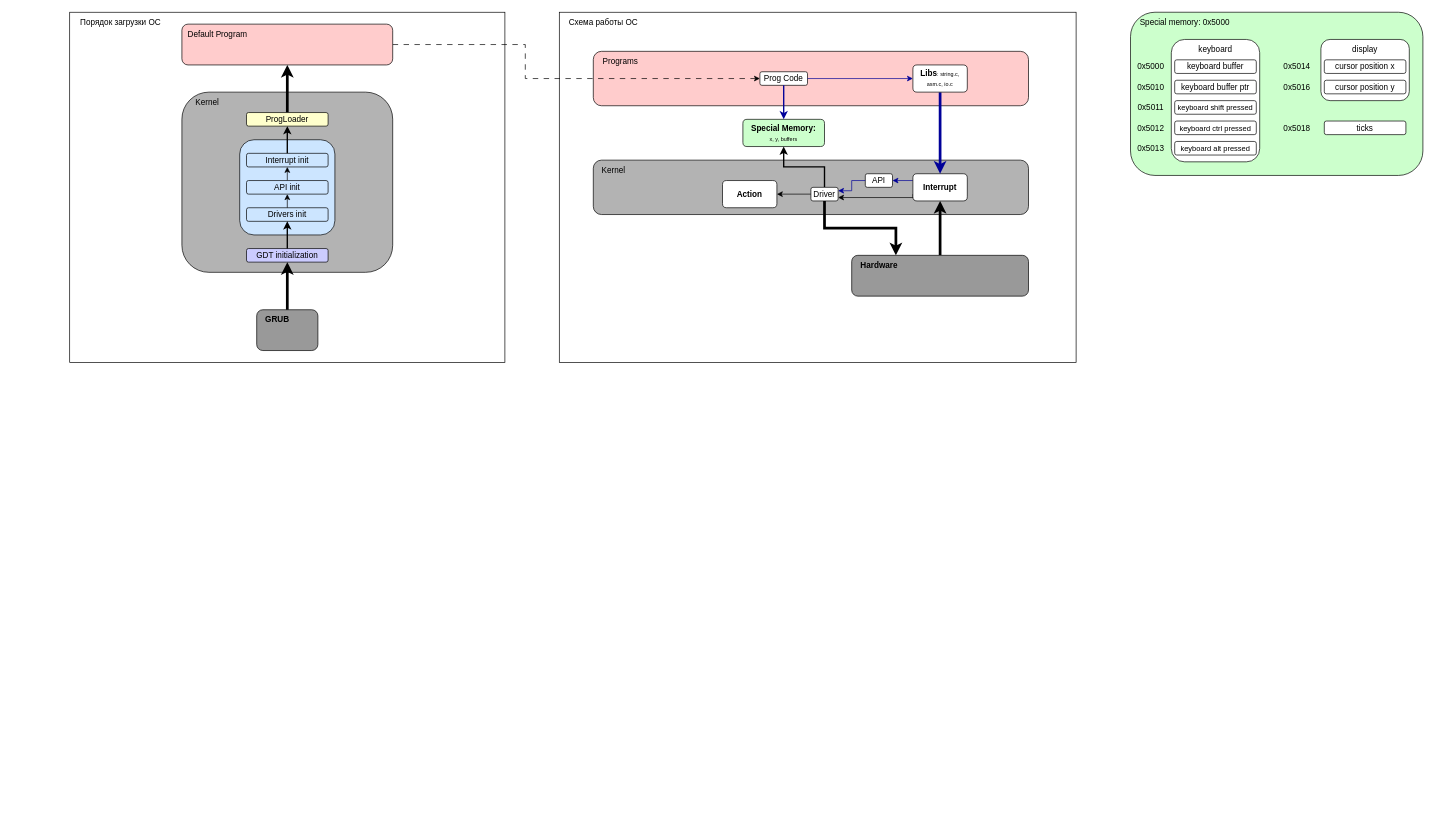
Before: docs/os_schema.drawio in igmunv/Operation-System, a draw.io diagram. Source tidied: cells renumbered, new cells numbered last; positions are measured from the earlier drawing's top-left corner, leaving out a move shared by most shapes. Both pictures are drawn from the tidied source at 68%, with x=0, y=0 at pixel (69, 12).
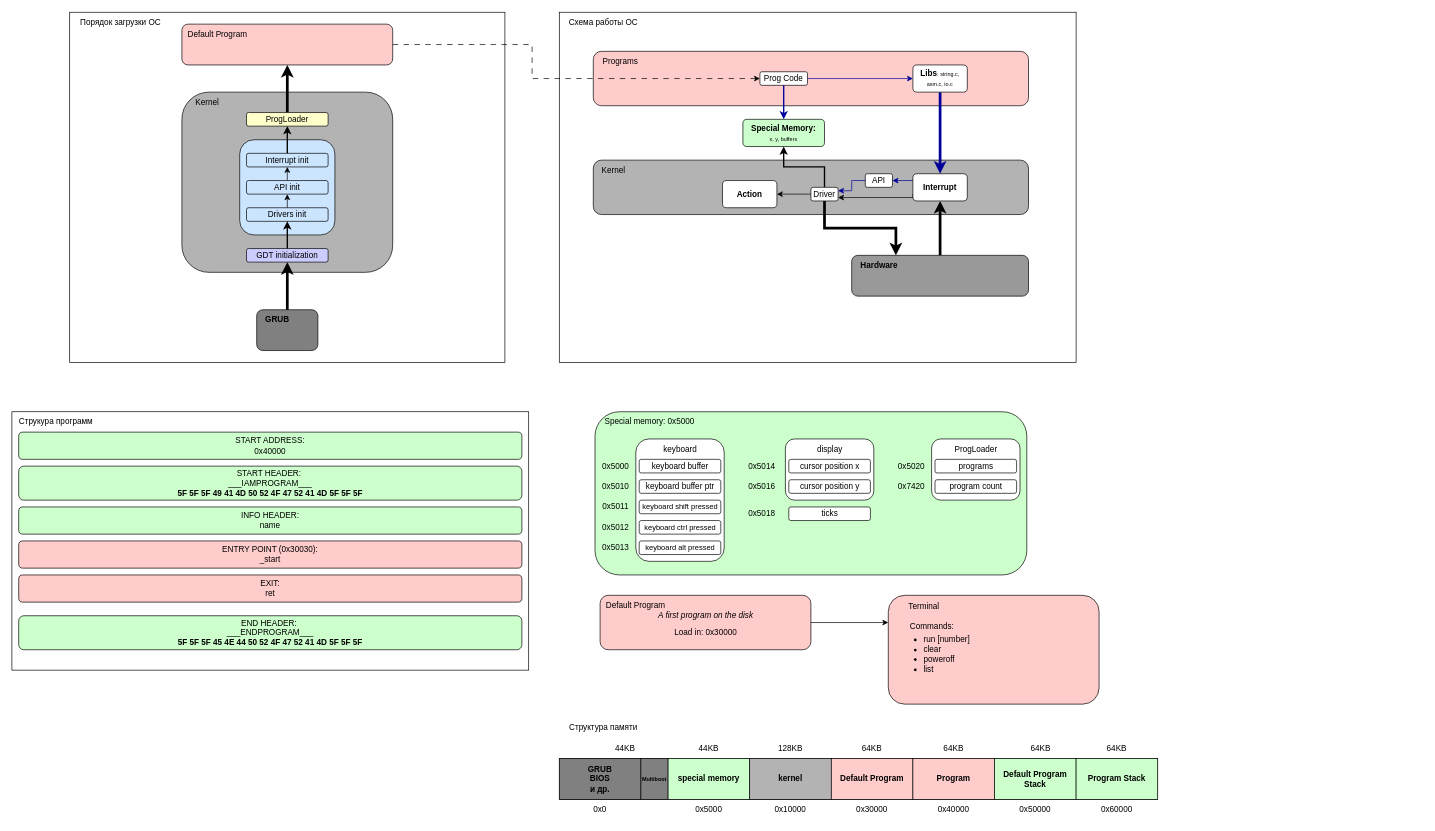
After the change.

The change refers to these unchanged cells:
```xml
<mxCell id="7" value="Prog Code" style="rounded=1;whiteSpace=wrap;html=1;align=center;fontStyle=0;" parent="4" vertex="1">
  <mxGeometry x="245" y="30" width="70" height="20" as="geometry" />
</mxCell>
<mxCell id="55" style="group;" parent="1" vertex="1">
  <mxGeometry x="275" y="438" width="90" height="60" as="geometry" />
</mxCell>
<mxCell id="75" style="rounded=1;whiteSpace=wrap;html=1;fillColor=#FFCCCC;" parent="1" vertex="1">
  <mxGeometry x="165" y="18" width="310" height="60" as="geometry" />
</mxCell>
```

The edit, as a diff of the source:
```diff
@@
+    <mxCell id="77" style="rounded=0;whiteSpace=wrap;html=1;" parent="1" vertex="1">
+      <mxGeometry x="-85" y="588" width="760" height="380" as="geometry" />
+    </mxCell>
+    <mxCell id="78" value="Струкура программ" style="text;html=1;align=center;verticalAlign=middle;whiteSpace=wrap;rounded=0;" parent="1" vertex="1">
+      <mxGeometry x="-85" y="588" width="130" height="30" as="geometry" />
+    </mxCell>
@@
     <mxCell id="29" style="rounded=1;whiteSpace=wrap;html=1;fontStyle=1;align=center;fillColor=#CCFFCC;" parent="1" vertex="1">
-      <mxGeometry x="1560" y="0.5" width="430" height="240" as="geometry" />
+      <mxGeometry x="772.5" y="588" width="635" height="240" as="geometry" />
     </mxCell>
     <mxCell id="30" value="Special memory: 0x5000" style="text;html=1;align=center;verticalAlign=middle;whiteSpace=wrap;rounded=0;" parent="1" vertex="1">
-      <mxGeometry x="1570" y="0.5" width="140" height="30" as="geometry" />
+      <mxGeometry x="782.5" y="588" width="140" height="30" as="geometry" />
     </mxCell>
     <mxCell id="31" style="group;" parent="1" vertex="1">
-      <mxGeometry x="1620" y="40.5" width="130" height="180" as="geometry" />
+      <mxGeometry x="832.5" y="628" width="130" height="180" as="geometry" />
     </mxCell>
@@
     <mxCell id="39" style="group;" parent="1" vertex="1">
-      <mxGeometry x="1840" y="40.5" width="130" height="90" as="geometry" />
+      <mxGeometry x="1052.5" y="628" width="130" height="120" as="geometry" />
     </mxCell>
@@
     <mxCell id="44" value="0x5000" style="text;html=1;align=center;verticalAlign=middle;whiteSpace=wrap;rounded=0;" parent="1" vertex="1">
-      <mxGeometry x="1560" y="70.5" width="60" height="20" as="geometry" />
+      <mxGeometry x="772.5" y="658" width="60" height="20" as="geometry" />
     </mxCell>
     <mxCell id="45" value="0x5010" style="text;html=1;align=center;verticalAlign=middle;whiteSpace=wrap;rounded=0;" parent="1" vertex="1">
-      <mxGeometry x="1560" y="100.5" width="60" height="20" as="geometry" />
+      <mxGeometry x="772.5" y="688" width="60" height="20" as="geometry" />
     </mxCell>
     <mxCell id="46" value="0x5011" style="text;html=1;align=center;verticalAlign=middle;whiteSpace=wrap;rounded=0;" parent="1" vertex="1">
-      <mxGeometry x="1560" y="130.5" width="60" height="20" as="geometry" />
+      <mxGeometry x="772.5" y="718" width="60" height="20" as="geometry" />
     </mxCell>
     <mxCell id="47" value="0x5012" style="text;html=1;align=center;verticalAlign=middle;whiteSpace=wrap;rounded=0;" parent="1" vertex="1">
-      <mxGeometry x="1560" y="160.5" width="60" height="20" as="geometry" />
+      <mxGeometry x="772.5" y="748" width="60" height="20" as="geometry" />
     </mxCell>
     <mxCell id="48" value="0x5013" style="text;html=1;align=center;verticalAlign=middle;whiteSpace=wrap;rounded=0;" parent="1" vertex="1">
-      <mxGeometry x="1560" y="190.5" width="60" height="20" as="geometry" />
+      <mxGeometry x="772.5" y="778" width="60" height="20" as="geometry" />
     </mxCell>
     <mxCell id="49" value="0x5014" style="text;html=1;align=center;verticalAlign=middle;whiteSpace=wrap;rounded=0;" parent="1" vertex="1">
-      <mxGeometry x="1775" y="70.5" width="60" height="20" as="geometry" />
+      <mxGeometry x="987.5" y="658" width="60" height="20" as="geometry" />
     </mxCell>
     <mxCell id="50" value="0x5016" style="text;html=1;align=center;verticalAlign=middle;whiteSpace=wrap;rounded=0;" parent="1" vertex="1">
-      <mxGeometry x="1775" y="100.5" width="60" height="20" as="geometry" />
+      <mxGeometry x="987.5" y="688" width="60" height="20" as="geometry" />
     </mxCell>
     <mxCell id="51" value="ticks" style="rounded=1;whiteSpace=wrap;html=1;" parent="1" vertex="1">
-      <mxGeometry x="1845" y="160.5" width="120" height="20" as="geometry" />
+      <mxGeometry x="1057.5" y="728" width="120" height="20" as="geometry" />
     </mxCell>
     <mxCell id="52" value="0x5018" style="text;html=1;align=center;verticalAlign=middle;whiteSpace=wrap;rounded=0;" parent="1" vertex="1">
-      <mxGeometry x="1775" y="160.5" width="60" height="20" as="geometry" />
+      <mxGeometry x="987.5" y="728" width="60" height="20" as="geometry" />
     </mxCell>
@@
-    <mxCell id="56" style="rounded=1;whiteSpace=wrap;html=1;fillColor=#999999;" parent="55" vertex="1">
+    <mxCell id="56" style="rounded=1;whiteSpace=wrap;html=1;fillColor=#808080;" parent="55" vertex="1">
       <mxGeometry width="90" height="60" as="geometry" />
     </mxCell>
@@
     <mxCell id="74" style="edgeStyle=orthogonalEdgeStyle;rounded=0;jettySize=auto;html=1;exitX=1;exitY=0.5;exitDx=0;exitDy=0;entryX=0;entryY=0.5;entryDx=0;entryDy=0;dashed=1;dashPattern=8 8;" parent="1" edge="1" source="75" target="7">
       <mxGeometry relative="1" as="geometry">
         <Array as="points">
-          <mxPoint x="670" y="48" />
-          <mxPoint x="670" y="98" />
+          <mxPoint x="680" y="48" />
+          <mxPoint x="680" y="98" />
         </Array>
       </mxGeometry>
     </mxCell>
@@
+    <mxCell id="79" value="START HEADER:&amp;nbsp;&lt;br&gt;___IAMPROGRAM___&lt;br&gt;&lt;b&gt;5F 5F 5F 49 41 4D 50 52 4F 47 52 41 4D 5F 5F 5F&lt;/b&gt;" style="rounded=1;whiteSpace=wrap;html=1;fillColor=#CCFFCC;" parent="1" vertex="1">
+      <mxGeometry x="-75" y="668" width="740" height="50" as="geometry" />
+    </mxCell>
+    <mxCell id="80" value="END HEADER:&amp;nbsp;&lt;br&gt;___ENDPROGRAM___&lt;br&gt;&lt;b&gt;5F 5F 5F 45 4E 44 50 52 4F 47 52 41 4D 5F 5F 5F&lt;/b&gt;" style="rounded=1;whiteSpace=wrap;html=1;fillColor=#CCFFCC;" parent="1" vertex="1">
+      <mxGeometry x="-75" y="888" width="740" height="50" as="geometry" />
+    </mxCell>
+    <mxCell id="81" value="ENTRY POINT (0x30030):&lt;br&gt;_start" style="rounded=1;whiteSpace=wrap;html=1;fillColor=#FFCCCC;" parent="1" vertex="1">
+      <mxGeometry x="-75" y="778" width="740" height="40" as="geometry" />
+    </mxCell>
+    <mxCell id="82" value="EXIT:&lt;br&gt;ret" style="rounded=1;whiteSpace=wrap;html=1;fillColor=#FFCCCC;" parent="1" vertex="1">
+      <mxGeometry x="-75" y="828" width="740" height="40" as="geometry" />
+    </mxCell>
+    <mxCell id="83" value="START ADDRESS:&lt;br&gt;0x40000" style="rounded=1;whiteSpace=wrap;html=1;fillColor=#CCFFCC;" parent="1" vertex="1">
+      <mxGeometry x="-75" y="618" width="740" height="40" as="geometry" />
+    </mxCell>
+    <mxCell id="84" value="INFO HEADER:&lt;div&gt;name&lt;/div&gt;" style="rounded=1;whiteSpace=wrap;html=1;fillColor=#CCFFCC;" parent="1" vertex="1">
+      <mxGeometry x="-75" y="728" width="740" height="40" as="geometry" />
+    </mxCell>
+    <mxCell id="85" style="group;" parent="1" vertex="1">
+      <mxGeometry x="1267.5" y="628" width="130" height="120" as="geometry" />
+    </mxCell>
+    <mxCell id="86" style="rounded=1;whiteSpace=wrap;html=1;" parent="85" vertex="1">
+      <mxGeometry width="130" height="90" as="geometry" />
+    </mxCell>
+    <mxCell id="87" value="programs" style="rounded=1;whiteSpace=wrap;html=1;" parent="85" vertex="1">
+      <mxGeometry x="5" y="30" width="120" height="20" as="geometry" />
+    </mxCell>
+    <mxCell id="88" value="program count" style="rounded=1;whiteSpace=wrap;html=1;" parent="85" vertex="1">
+      <mxGeometry x="5" y="60" width="120" height="20" as="geometry" />
+    </mxCell>
+    <mxCell id="89" value="ProgLoader" style="text;html=1;align=center;verticalAlign=middle;whiteSpace=wrap;rounded=0;" parent="85" vertex="1">
+      <mxGeometry x="5" width="120" height="30" as="geometry" />
+    </mxCell>
+    <mxCell id="90" value="0x5020" style="text;html=1;align=center;verticalAlign=middle;whiteSpace=wrap;rounded=0;" parent="1" vertex="1">
+      <mxGeometry x="1207.5" y="658" width="60" height="20" as="geometry" />
+    </mxCell>
+    <mxCell id="91" style="group;" parent="1" vertex="1">
+      <mxGeometry x="780" y="858" width="310" height="100" as="geometry" />
+    </mxCell>
+    <mxCell id="92" style="rounded=1;whiteSpace=wrap;html=1;fillColor=#FFCCCC;" parent="91" vertex="1">
+      <mxGeometry width="310" height="80" as="geometry" />
+    </mxCell>
+    <mxCell id="93" value="Default Program" style="text;html=1;align=center;verticalAlign=middle;whiteSpace=wrap;rounded=0;" parent="91" vertex="1">
+      <mxGeometry width="105" height="30" as="geometry" />
+    </mxCell>
+    <mxCell id="94" value="A first program on the disk" style="text;html=1;align=center;verticalAlign=middle;whiteSpace=wrap;rounded=0;fontStyle=2;" parent="91" vertex="1">
+      <mxGeometry x="83.8" y="15" width="142.5" height="30" as="geometry" />
+    </mxCell>
+    <mxCell id="95" value="&lt;span style=&quot;font-style: normal;&quot;&gt;Load in: 0x30000&lt;/span&gt;" style="text;html=1;align=center;verticalAlign=middle;whiteSpace=wrap;rounded=0;fontStyle=2;" parent="91" vertex="1">
+      <mxGeometry x="83.8" y="40" width="142.5" height="30" as="geometry" />
+    </mxCell>
+    <mxCell id="96" value="0x7420" style="text;html=1;align=center;verticalAlign=middle;whiteSpace=wrap;rounded=0;" parent="1" vertex="1">
+      <mxGeometry x="1207.5" y="688" width="60" height="20" as="geometry" />
+    </mxCell>
+    <mxCell id="97" style="rounded=0;whiteSpace=wrap;html=1;" parent="1" vertex="1">
+      <mxGeometry x="720" y="1098" width="880" height="60" as="geometry" />
+    </mxCell>
+    <mxCell id="98" value="Структура памяти" style="text;html=1;align=center;verticalAlign=middle;whiteSpace=wrap;rounded=0;" parent="1" vertex="1">
+      <mxGeometry x="720" y="1038" width="130" height="30" as="geometry" />
+    </mxCell>
+    <mxCell id="99" value="GRUB&lt;br&gt;BIOS&lt;br&gt;и др." style="rounded=0;whiteSpace=wrap;html=1;fillColor=#808080;fontStyle=1;" parent="1" vertex="1">
+      <mxGeometry x="720" y="1098" width="120" height="60" as="geometry" />
+    </mxCell>
+    <mxCell id="100" style="rounded=0;whiteSpace=wrap;html=1;fillColor=#808080;fontStyle=1;" parent="1" vertex="1">
+      <mxGeometry x="840" y="1098" width="40" height="60" as="geometry" />
+    </mxCell>
+    <mxCell id="101" value="0x0" style="text;html=1;align=center;verticalAlign=middle;whiteSpace=wrap;rounded=0;" parent="1" vertex="1">
+      <mxGeometry x="720" y="1158" width="120" height="30" as="geometry" />
+    </mxCell>
+    <mxCell id="102" value="Multiboot" style="text;html=1;align=center;verticalAlign=middle;whiteSpace=wrap;rounded=0;fontStyle=1;rotation=0;fontSize=8;" parent="1" vertex="1">
+      <mxGeometry x="830" y="1115.5" width="60" height="25" as="geometry" />
+    </mxCell>
+    <mxCell id="103" value="0x5000" style="text;html=1;align=center;verticalAlign=middle;whiteSpace=wrap;rounded=0;" parent="1" vertex="1">
+      <mxGeometry x="880" y="1158" width="120" height="30" as="geometry" />
+    </mxCell>
+    <mxCell id="104" value="special memory" style="rounded=0;whiteSpace=wrap;html=1;fillColor=#CCFFCC;fontStyle=1;" parent="1" vertex="1">
+      <mxGeometry x="880" y="1098" width="120" height="60" as="geometry" />
+    </mxCell>
+    <mxCell id="105" value="kernel" style="rounded=0;whiteSpace=wrap;html=1;fillColor=#B3B3B3;fontStyle=1;" parent="1" vertex="1">
+      <mxGeometry x="1000" y="1098" width="120" height="60" as="geometry" />
+    </mxCell>
+    <mxCell id="106" value="0x10000" style="text;html=1;align=center;verticalAlign=middle;whiteSpace=wrap;rounded=0;" parent="1" vertex="1">
+      <mxGeometry x="1000" y="1158" width="120" height="30" as="geometry" />
+    </mxCell>
+    <mxCell id="107" value="Default Program" style="rounded=0;whiteSpace=wrap;html=1;fillColor=#FFCCCC;fontStyle=1;" parent="1" vertex="1">
+      <mxGeometry x="1120" y="1098" width="120" height="60" as="geometry" />
+    </mxCell>
+    <mxCell id="108" value="0x30000" style="text;html=1;align=center;verticalAlign=middle;whiteSpace=wrap;rounded=0;" parent="1" vertex="1">
+      <mxGeometry x="1120" y="1158" width="120" height="30" as="geometry" />
+    </mxCell>
+    <mxCell id="109" value="Program" style="rounded=0;whiteSpace=wrap;html=1;fillColor=#FFCCCC;fontStyle=1;" parent="1" vertex="1">
+      <mxGeometry x="1240" y="1098" width="120" height="60" as="geometry" />
+    </mxCell>
+    <mxCell id="110" value="0x40000" style="text;html=1;align=center;verticalAlign=middle;whiteSpace=wrap;rounded=0;" parent="1" vertex="1">
+      <mxGeometry x="1240" y="1158" width="120" height="30" as="geometry" />
+    </mxCell>
+    <mxCell id="111" value="64KB" style="text;html=1;align=center;verticalAlign=middle;whiteSpace=wrap;rounded=0;" parent="1" vertex="1">
+      <mxGeometry x="1156.2" y="1068" width="47.5" height="30" as="geometry" />
+    </mxCell>
+    <mxCell id="112" value="64KB" style="text;html=1;align=center;verticalAlign=middle;whiteSpace=wrap;rounded=0;" parent="1" vertex="1">
+      <mxGeometry x="1276.2" y="1068" width="47.5" height="30" as="geometry" />
+    </mxCell>
+    <mxCell id="113" value="128KB" style="text;html=1;align=center;verticalAlign=middle;whiteSpace=wrap;rounded=0;" parent="1" vertex="1">
+      <mxGeometry x="1036.2" y="1068" width="47.5" height="30" as="geometry" />
+    </mxCell>
+    <mxCell id="114" value="44KB" style="text;html=1;align=center;verticalAlign=middle;whiteSpace=wrap;rounded=0;" parent="1" vertex="1">
+      <mxGeometry x="916.2" y="1068" width="47.5" height="30" as="geometry" />
+    </mxCell>
+    <mxCell id="115" value="44KB" style="text;html=1;align=center;verticalAlign=middle;whiteSpace=wrap;rounded=0;" parent="1" vertex="1">
+      <mxGeometry x="792.5" y="1068" width="47.5" height="30" as="geometry" />
+    </mxCell>
+    <mxCell id="116" value="Default Program Stack" style="rounded=0;whiteSpace=wrap;html=1;fillColor=#CCFFCC;fontStyle=1;" parent="1" vertex="1">
+      <mxGeometry x="1360" y="1098" width="120" height="60" as="geometry" />
+    </mxCell>
+    <mxCell id="117" value="Program Stack" style="rounded=0;whiteSpace=wrap;html=1;fillColor=#CCFFCC;fontStyle=1;" parent="1" vertex="1">
+      <mxGeometry x="1480" y="1098" width="120" height="60" as="geometry" />
+    </mxCell>
+    <mxCell id="118" value="0x50000" style="text;html=1;align=center;verticalAlign=middle;whiteSpace=wrap;rounded=0;" parent="1" vertex="1">
+      <mxGeometry x="1360" y="1158" width="120" height="30" as="geometry" />
+    </mxCell>
+    <mxCell id="119" value="0x60000" style="text;html=1;align=center;verticalAlign=middle;whiteSpace=wrap;rounded=0;" parent="1" vertex="1">
+      <mxGeometry x="1480" y="1158" width="120" height="30" as="geometry" />
+    </mxCell>
+    <mxCell id="120" value="64KB" style="text;html=1;align=center;verticalAlign=middle;whiteSpace=wrap;rounded=0;" parent="1" vertex="1">
+      <mxGeometry x="1403.8" y="1068" width="47.5" height="30" as="geometry" />
+    </mxCell>
+    <mxCell id="121" value="64KB" style="text;html=1;align=center;verticalAlign=middle;whiteSpace=wrap;rounded=0;" parent="1" vertex="1">
+      <mxGeometry x="1516.2" y="1068" width="47.5" height="30" as="geometry" />
+    </mxCell>
+    <mxCell id="122" style="group;" parent="1" vertex="1">
+      <mxGeometry x="1203.8" y="858" width="310" height="160" as="geometry" />
+    </mxCell>
+    <mxCell id="123" style="rounded=1;whiteSpace=wrap;html=1;fillColor=#FFCCCC;" parent="122" vertex="1">
+      <mxGeometry width="310" height="160" as="geometry" />
+    </mxCell>
+    <mxCell id="124" value="Terminal" style="text;html=1;align=center;verticalAlign=middle;whiteSpace=wrap;rounded=0;" parent="122" vertex="1">
+      <mxGeometry width="105" height="34.3" as="geometry" />
+    </mxCell>
+    <mxCell id="125" value="Commands:&lt;div&gt;&lt;ul style=&quot;padding-left: 20px; margin-top: 5px;&quot;&gt;&lt;li&gt;run [number]&lt;/li&gt;&lt;li&gt;clear&lt;/li&gt;&lt;li&gt;poweroff&lt;/li&gt;&lt;li&gt;list&lt;/li&gt;&lt;/ul&gt;&lt;/div&gt;" style="text;html=1;align=left;verticalAlign=top;whiteSpace=wrap;rounded=0;" parent="122" vertex="1">
+      <mxGeometry x="30" y="32.1" width="150" height="95.7" as="geometry" />
+    </mxCell>
+    <mxCell id="126" style="edgeStyle=orthogonalEdgeStyle;rounded=0;jettySize=auto;html=1;exitX=1;exitY=0.5;exitDx=0;exitDy=0;entryX=0;entryY=0.25;entryDx=0;entryDy=0;" parent="1" edge="1" source="92" target="123">
+      <mxGeometry relative="1" as="geometry" />
+    </mxCell>
```
